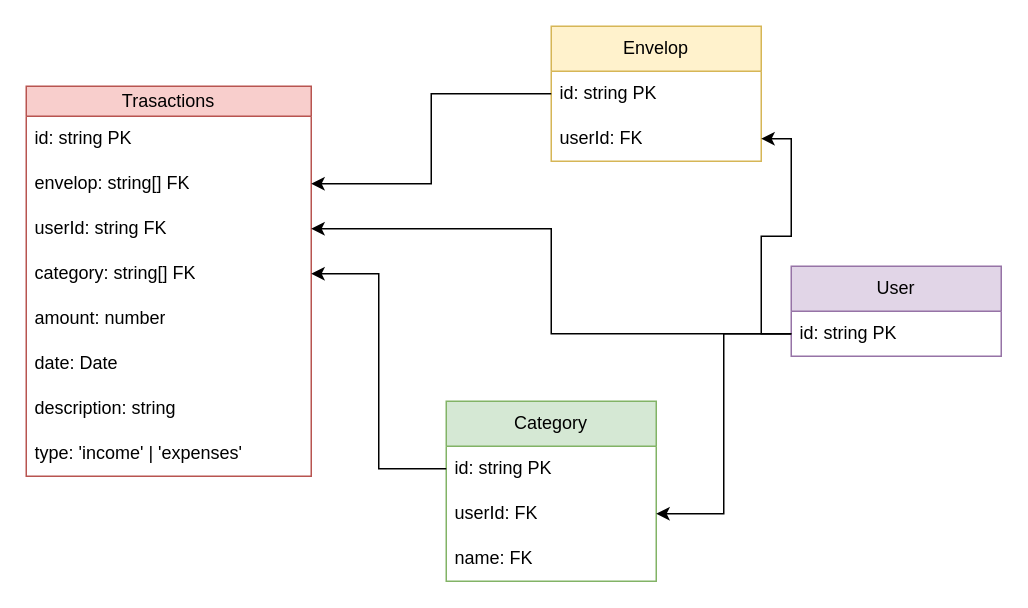
VictorKharitonov/budget-app keeps this draw.io diagram as schema.drawio. Above is the earlier version. Source tidied: cells renumbered, new cells numbered last; positions are measured from the earlier drawing's top-left corner, leaving out a move shared by most shapes. Both pictures are drawn from the tidied source at 150%, with x=0, y=0 at pixel (26, 26).
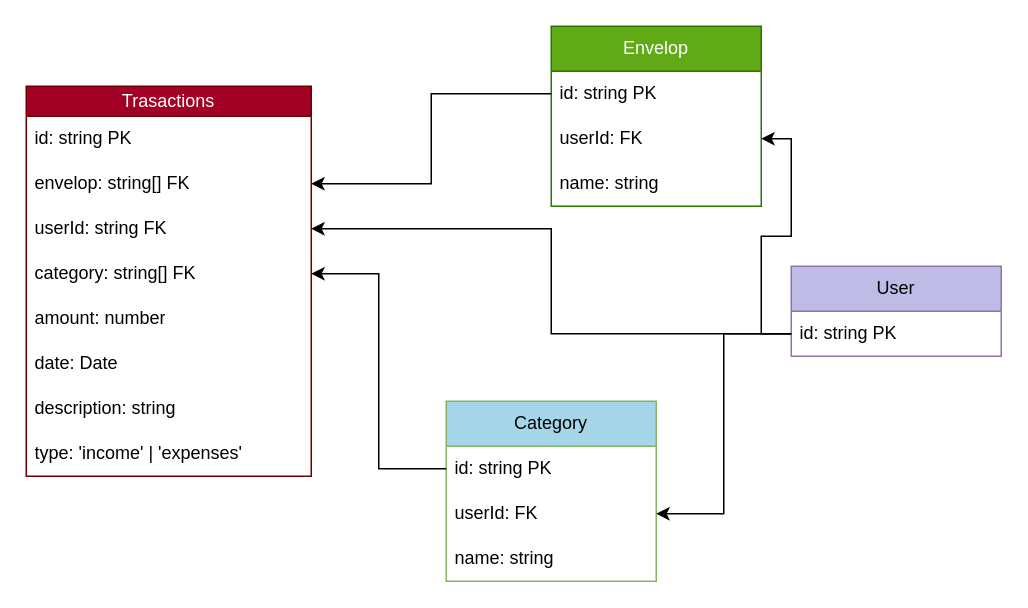
The same page after the edit.

Diff of the diagram source:
```diff
@@
-    <mxCell id="2" value="Trasactions" style="swimlane;fontStyle=0;horizontal=1;startSize=20;whiteSpace=wrap;html=1;fillColor=#f8cecc;strokeColor=#b85450;" parent="1" vertex="1">
+    <mxCell id="2" value="Trasactions" style="swimlane;fontStyle=0;horizontal=1;startSize=20;whiteSpace=wrap;html=1;fillColor=#a20025;strokeColor=#6F0000;fontColor=#ffffff;" parent="1" vertex="1">
       <mxGeometry y="40" width="190" height="260" as="geometry" />
     </mxCell>
@@
-    <mxCell id="11" value="Envelop" style="swimlane;fontStyle=0;horizontal=1;startSize=30;whiteSpace=wrap;html=1;fillColor=#fff2cc;strokeColor=#d6b656;" parent="1" vertex="1">
-      <mxGeometry x="350" width="140" height="90" as="geometry" />
+    <mxCell id="11" value="Envelop" style="swimlane;fontStyle=0;horizontal=1;startSize=30;whiteSpace=wrap;html=1;fillColor=#60a917;strokeColor=#2D7600;fontColor=#ffffff;" parent="1" vertex="1">
+      <mxGeometry x="350" width="140" height="120" as="geometry" />
     </mxCell>
@@
+    <mxCell id="25" value="name: string" style="text;strokeColor=none;fillColor=none;align=left;verticalAlign=middle;spacingLeft=4;spacingRight=4;overflow=hidden;whiteSpace=wrap;html=1;" parent="11" vertex="1">
+      <mxGeometry y="90" width="140" height="30" as="geometry" />
+    </mxCell>
@@
-    <mxCell id="15" value="User" style="swimlane;fontStyle=0;horizontal=1;startSize=30;whiteSpace=wrap;html=1;fillColor=#e1d5e7;strokeColor=#9673a6;" parent="1" vertex="1">
+    <mxCell id="15" value="User" style="swimlane;fontStyle=0;horizontal=1;startSize=30;whiteSpace=wrap;html=1;strokeColor=#9673a6;fillColor=#BFBBE7;" parent="1" vertex="1">
       <mxGeometry x="510" y="160" width="140" height="60" as="geometry" />
     </mxCell>
@@
-    <mxCell id="19" value="Category" style="swimlane;fontStyle=0;horizontal=1;startSize=30;whiteSpace=wrap;html=1;fillColor=#d5e8d4;strokeColor=#82b366;" parent="1" vertex="1">
+    <mxCell id="19" value="Category" style="swimlane;fontStyle=0;horizontal=1;startSize=30;whiteSpace=wrap;html=1;strokeColor=#82b366;fillColor=#A5D6E8;" parent="1" vertex="1">
       <mxGeometry x="280" y="250" width="140" height="120" as="geometry" />
     </mxCell>
@@
-    <mxCell id="22" value="name: FK" style="text;strokeColor=none;fillColor=none;align=left;verticalAlign=middle;spacingLeft=4;spacingRight=4;overflow=hidden;whiteSpace=wrap;html=1;" parent="19" vertex="1">
+    <mxCell id="22" value="name: string" style="text;strokeColor=none;fillColor=none;align=left;verticalAlign=middle;spacingLeft=4;spacingRight=4;overflow=hidden;whiteSpace=wrap;html=1;" parent="19" vertex="1">
       <mxGeometry y="90" width="140" height="30" as="geometry" />
     </mxCell>
```
